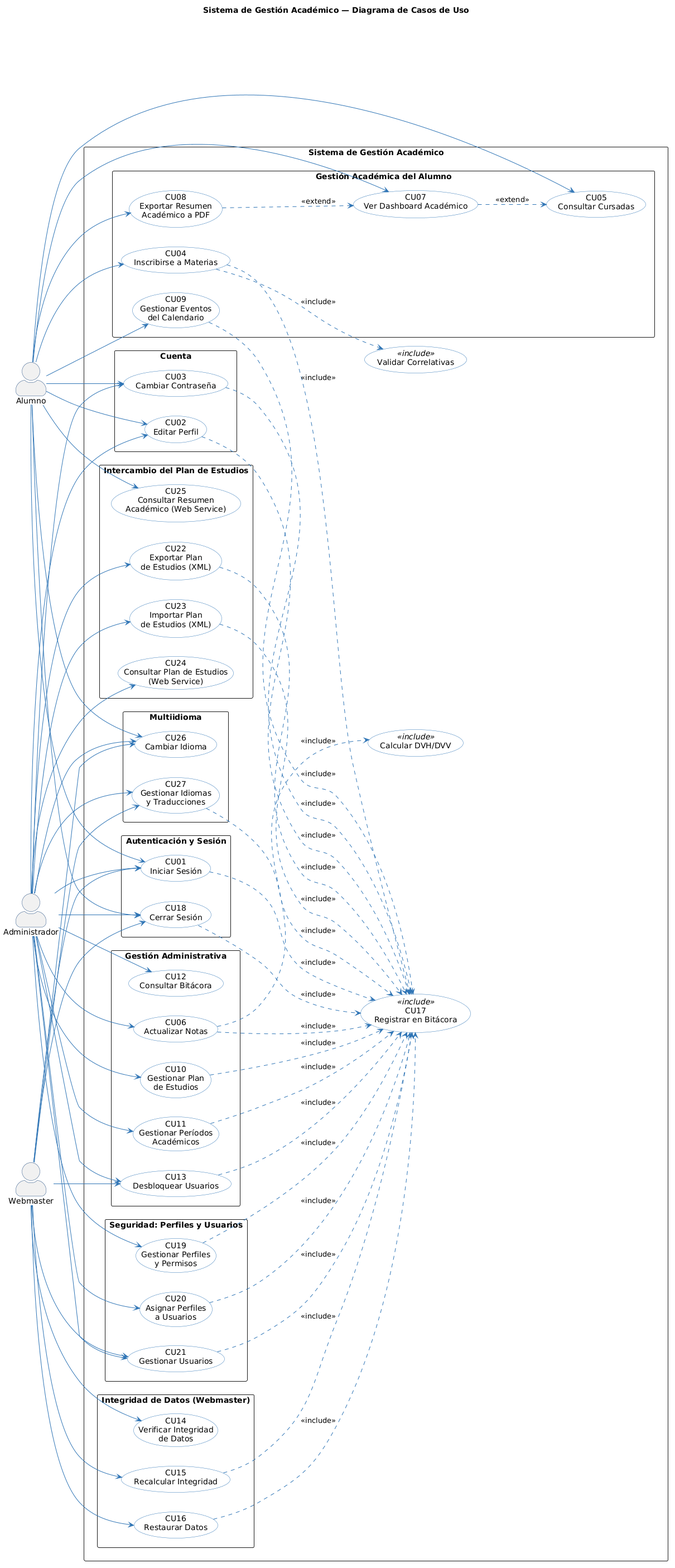
Before: DIAGRAMAS/CasosDeUso.png, a diagram exported from PlantUML (Urrels/tpDYAWeb).
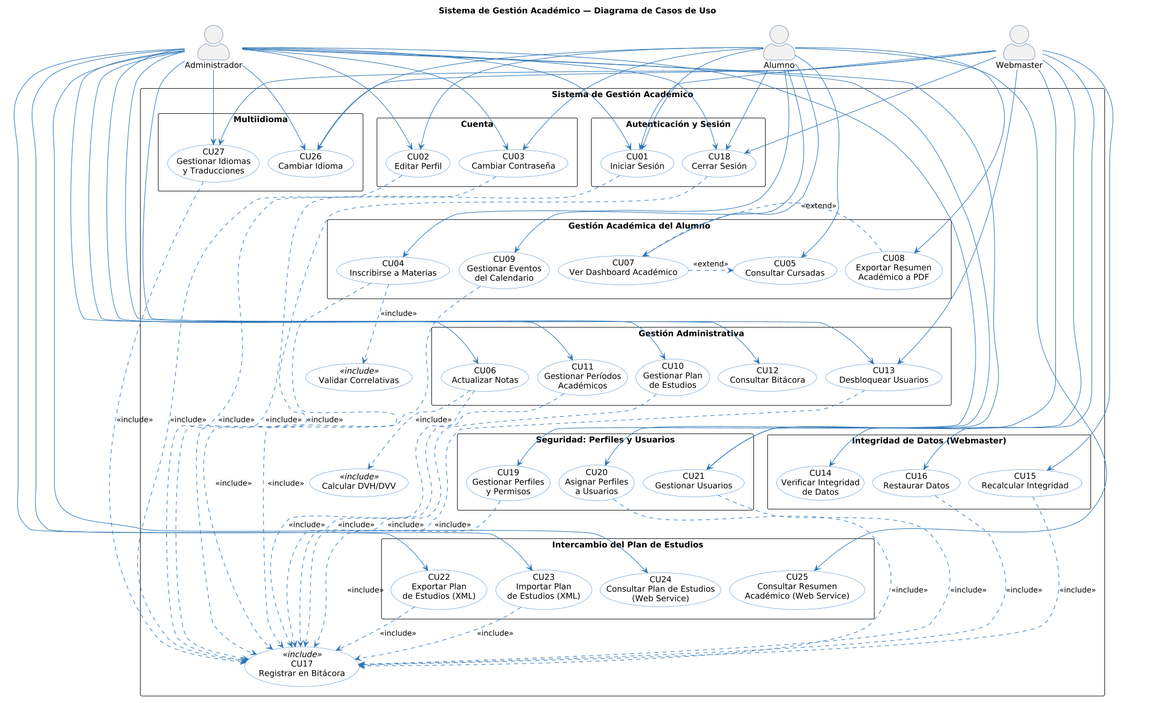
The same file after the commit.

Commit message:
docs(tp): corregir conteo de pruebas, ids de controles, espacios y legibilidad de diagramas

What changed in the source:
```diff
@@ -1,8 +1,11 @@
 @startuml
 title Sistema de Gestión Académico — Diagrama de Casos de Uso
 
-left to right direction
+top to bottom direction
 skinparam packageStyle rectangle
+skinparam nodesep 15
+skinparam ranksep 30
+skinparam dpi 100
 skinparam actorStyle awesome
 skinparam usecase {
     BackgroundColor White
@@ -136,6 +139,27 @@
 CU23 ..> BITACORA : <<include>>
 CU27 ..> BITACORA : <<include>>
 
-CU07 ..> CU05 : <<extend>>
-CU08 ..> CU07 : <<extend>>
+CU07 .[norank].> CU05 : <<extend>>
+CU08 .[norank].> CU07 : <<extend>>
+
+CU01 -[hidden]-> CU04
+CU18 -[hidden]-> CU05
+CU02 -[hidden]-> CU07
+CU03 -[hidden]-> CU08
+CU26 -[hidden]-> CU09
+CU04 -[hidden]-> CU06
+CU05 -[hidden]-> CU10
+CU07 -[hidden]-> CU11
+CU08 -[hidden]-> CU12
+CU09 -[hidden]-> CU13
+CU06 -[hidden]-> CU19
+CU10 -[hidden]-> CU20
+CU11 -[hidden]-> CU21
+CU12 -[hidden]-> CU14
+CU13 -[hidden]-> CU15
+CU13 -[hidden]-> CU16
+CU19 -[hidden]-> CU22
+CU20 -[hidden]-> CU23
+CU21 -[hidden]-> CU24
+CU14 -[hidden]-> CU25
 @enduml
```
